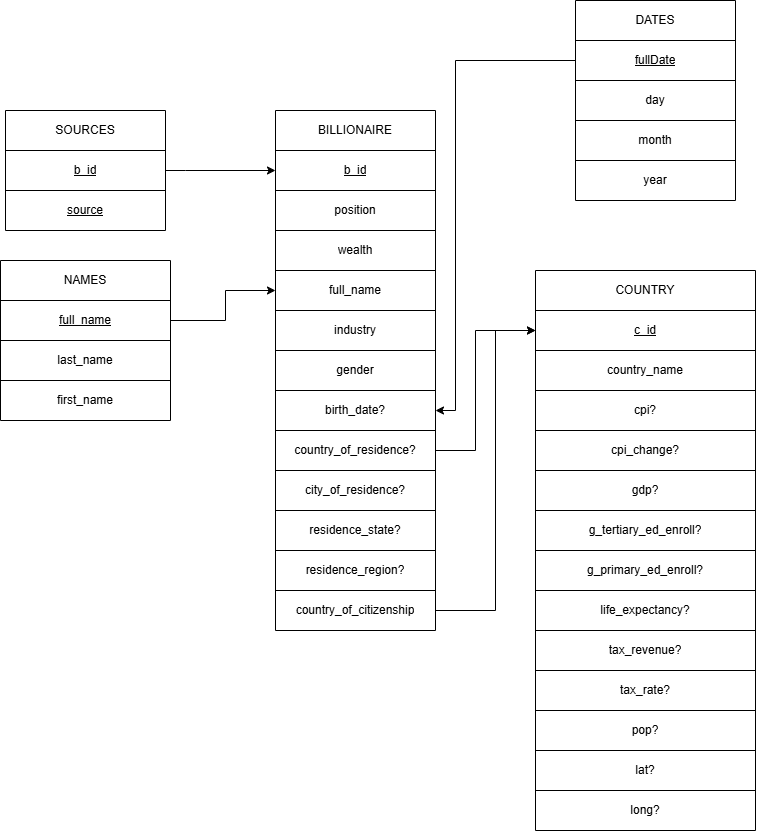
This is modeloRelacional_final.png from PedrobGraca/Billionaires_TP_BD, a draw.io export, as it was before one commit. Source tidied: cells renumbered, new cells last; positions are measured from the earlier drawing's top-left corner, leaving out a move shared by most shapes.
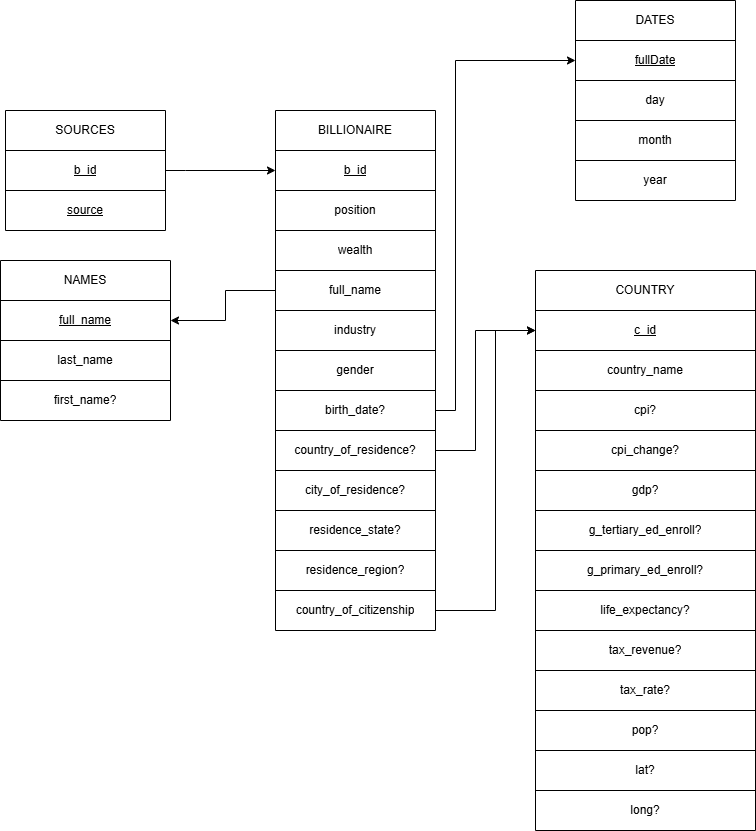
The same diagram one commit later.

What changed in the source:
```diff
@@ -107,7 +107,7 @@
     <mxCell id="36" style="shape=tableRow;horizontal=0;startSize=0;swimlaneHead=0;swimlaneBody=0;strokeColor=inherit;top=0;left=0;bottom=0;right=0;fillColor=none;" parent="29" vertex="1">
       <mxGeometry y="120" width="170" height="40" as="geometry" />
     </mxCell>
-    <mxCell id="37" value="first_name" style="shape=partialRectangle;html=1;whiteSpace=wrap;strokeColor=inherit;overflow=hidden;fillColor=none;top=0;left=0;bottom=0;right=0;" parent="36" vertex="1">
+    <mxCell id="37" value="first_name?" style="shape=partialRectangle;html=1;whiteSpace=wrap;strokeColor=inherit;overflow=hidden;fillColor=none;top=0;left=0;bottom=0;right=0;" parent="36" vertex="1">
       <mxGeometry width="170" height="40" as="geometry" />
     </mxCell>
     <mxCell id="38" style="shape=table;startSize=0;" parent="1" vertex="1">
@@ -238,19 +238,11 @@
         </Array>
       </mxGeometry>
     </mxCell>
-    <mxCell id="79" style="endArrow=classic;html=1;rounded=0;exitX=0;exitY=0.5;exitDx=0;exitDy=0;entryX=1;entryY=0.5;entryDx=0;entryDy=0;" parent="1" edge="1" source="41" target="17">
-      <mxGeometry relative="1" as="geometry">
-        <Array as="points">
-          <mxPoint x="455" y="60" />
-          <mxPoint x="455" y="410" />
-        </Array>
-      </mxGeometry>
-    </mxCell>
-    <mxCell id="80" style="endArrow=classic;html=1;rounded=0;exitX=1;exitY=0.5;exitDx=0;exitDy=0;entryX=0;entryY=0.5;entryDx=0;entryDy=0;" parent="1" edge="1" source="32" target="11">
+    <mxCell id="80" style="endArrow=classic;html=1;rounded=0;exitX=0;exitY=0.5;exitDx=0;exitDy=0;entryX=1;entryY=0.5;entryDx=0;entryDy=0;" parent="1" edge="1" source="11" target="32">
       <mxGeometry relative="1" as="geometry">
         <Array as="points">
+          <mxPoint x="225" y="290" />
           <mxPoint x="225" y="320" />
-          <mxPoint x="225" y="290" />
         </Array>
       </mxGeometry>
     </mxCell>
@@ -290,5 +282,13 @@
         </Array>
       </mxGeometry>
     </mxCell>
+    <mxCell id="90" style="endArrow=classic;html=1;rounded=0;exitX=1;exitY=0.5;exitDx=0;exitDy=0;entryX=0;entryY=0.5;entryDx=0;entryDy=0;" parent="1" edge="1" source="17" target="41">
+      <mxGeometry relative="1" as="geometry">
+        <Array as="points">
+          <mxPoint x="455" y="410" />
+          <mxPoint x="455" y="60" />
+        </Array>
+      </mxGeometry>
+    </mxCell>
   </root>
 </mxGraphModel>
```
